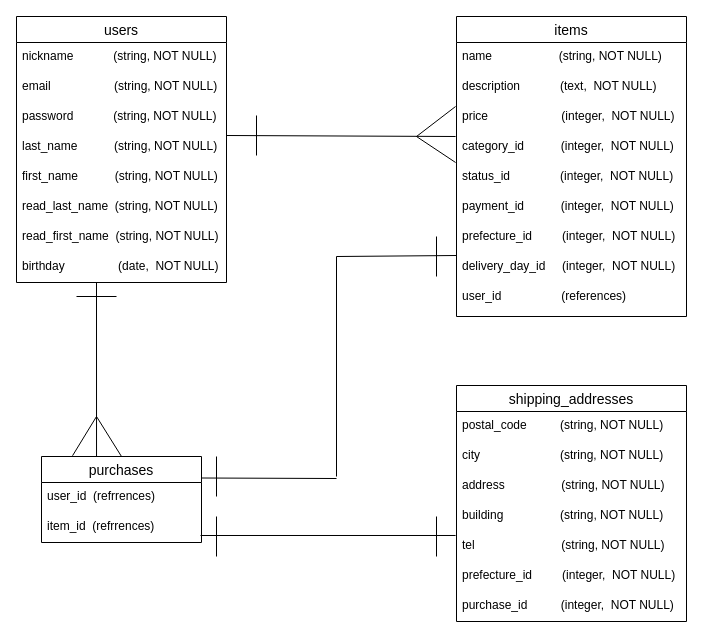
This is Database.dio from U-ryuryu/furima-35193, a draw.io file, before an edit. Source tidied: cells renumbered, new cells numbered last; positions are measured from the earlier drawing's top-left corner, leaving out a move shared by most shapes. Both pictures are drawn from the tidied source at 100%, with x=0, y=0 at pixel (16, 16).
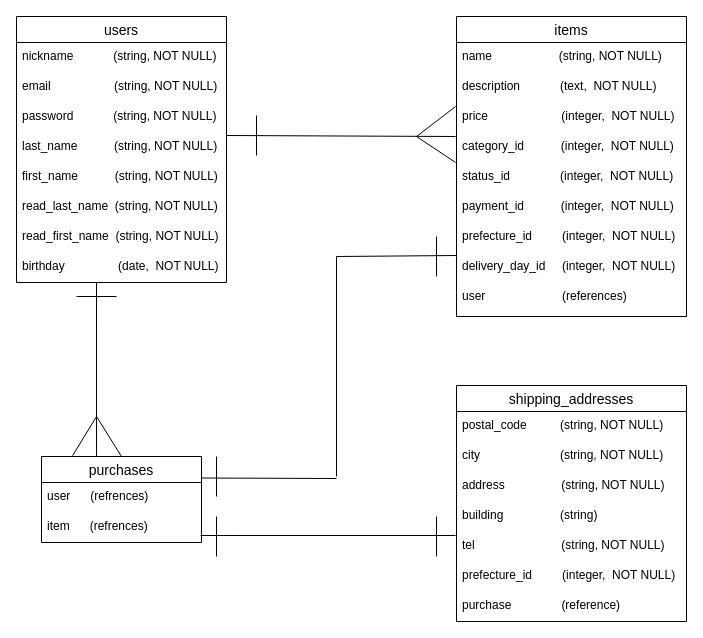
The same page after the edit.

Commit message (it also covers changes not shown here):
データベース修正(カラム名をitemsからitemに変更、active_hashのアソシエーションを削除,buildingカラムの制約を削除)

The change refers to these unchanged cells:
```xml
<mxCell id="11" value="items" style="swimlane;fontStyle=0;horizontal=1;startSize=26;align=center;fontSize=14;" parent="1" vertex="1">
  <mxGeometry x="440" width="230" height="300" as="geometry" />
</mxCell>
<mxCell id="21" value="purchases" style="swimlane;fontStyle=0;horizontal=1;startSize=26;align=center;fontSize=14;" parent="1" vertex="1">
  <mxGeometry x="25" y="440" width="160" height="86" as="geometry" />
</mxCell>
<mxCell id="24" value="shipping_addresses" style="swimlane;fontStyle=0;horizontal=1;startSize=26;align=center;fontSize=14;" parent="1" vertex="1">
  <mxGeometry x="440" y="369" width="230" height="236" as="geometry" />
</mxCell>
```

The edit, as a diff of the source:
```diff
@@
-    <mxCell id="20" value="user_id                  (references)" style="text;strokeColor=none;fillColor=none;spacingLeft=4;spacingRight=4;overflow=hidden;fontSize=12;" parent="11" vertex="1">
+    <mxCell id="20" value="user                       (references)" style="text;strokeColor=none;fillColor=none;spacingLeft=4;spacingRight=4;overflow=hidden;fontSize=12;" parent="11" vertex="1">
       <mxGeometry y="266" width="230" height="34" as="geometry" />
     </mxCell>
@@
-    <mxCell id="22" value="user_id  (refrrences)" style="text;strokeColor=none;fillColor=none;spacingLeft=4;spacingRight=4;overflow=hidden;fontSize=12;" parent="21" vertex="1">
+    <mxCell id="22" value="user      (refrences)" style="text;strokeColor=none;fillColor=none;spacingLeft=4;spacingRight=4;overflow=hidden;fontSize=12;" parent="21" vertex="1">
       <mxGeometry y="26" width="160" height="30" as="geometry" />
     </mxCell>
-    <mxCell id="23" value="item_id  (refrrences)" style="text;strokeColor=none;fillColor=none;spacingLeft=4;spacingRight=4;overflow=hidden;fontSize=12;" parent="21" vertex="1">
+    <mxCell id="23" value="item      (refrences)" style="text;strokeColor=none;fillColor=none;spacingLeft=4;spacingRight=4;overflow=hidden;fontSize=12;" parent="21" vertex="1">
       <mxGeometry y="56" width="160" height="30" as="geometry" />
     </mxCell>
@@
-    <mxCell id="28" value="building                 (string, NOT NULL)" style="text;strokeColor=none;fillColor=none;spacingLeft=4;spacingRight=4;overflow=hidden;fontSize=12;" parent="24" vertex="1">
+    <mxCell id="28" value="building                 (string)" style="text;strokeColor=none;fillColor=none;spacingLeft=4;spacingRight=4;overflow=hidden;fontSize=12;" parent="24" vertex="1">
       <mxGeometry y="116" width="230" height="30" as="geometry" />
     </mxCell>
@@
-    <mxCell id="31" value="purchase_id          (integer,  NOT NULL)" style="text;strokeColor=none;fillColor=none;spacingLeft=4;spacingRight=4;overflow=hidden;fontSize=12;" parent="24" vertex="1">
+    <mxCell id="31" value="purchase               (reference)" style="text;strokeColor=none;fillColor=none;spacingLeft=4;spacingRight=4;overflow=hidden;fontSize=12;" parent="24" vertex="1">
       <mxGeometry y="206" width="230" height="30" as="geometry" />
     </mxCell>
```
